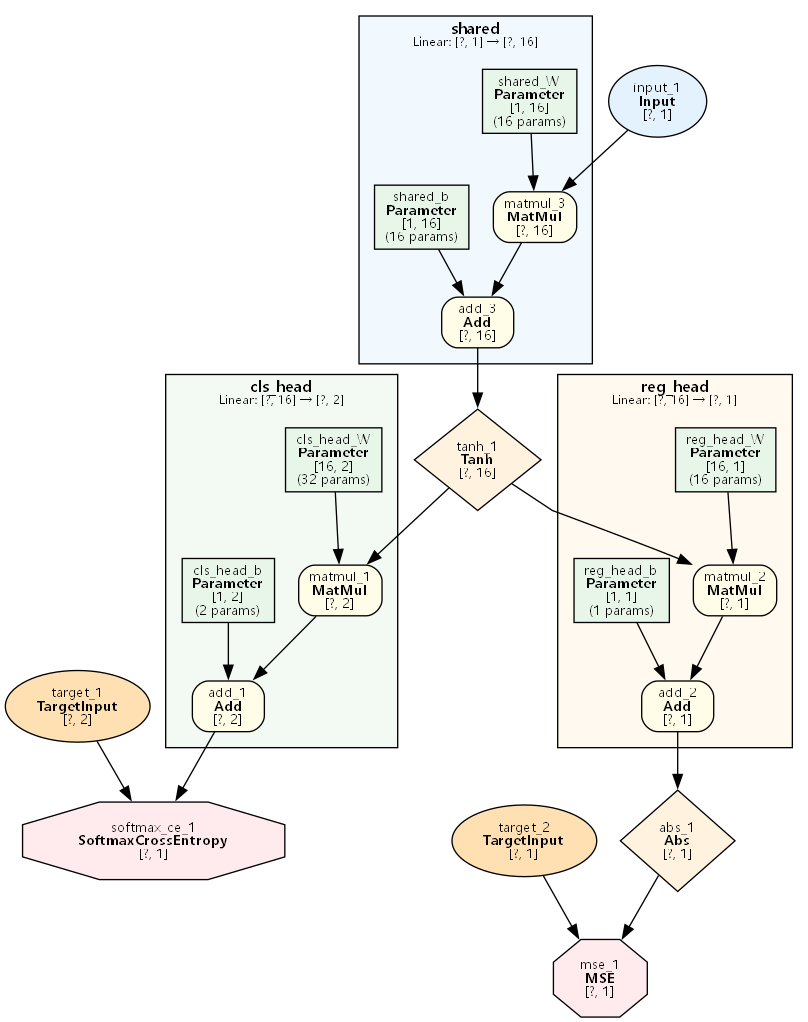
The Graphviz diagram examples/dual_output_classify/dual_output_classify.png in dbsxdbsx/only_torch, before a commit. Its source is kept beside it as examples/dual_output_classify/dual_output_classify.dot.
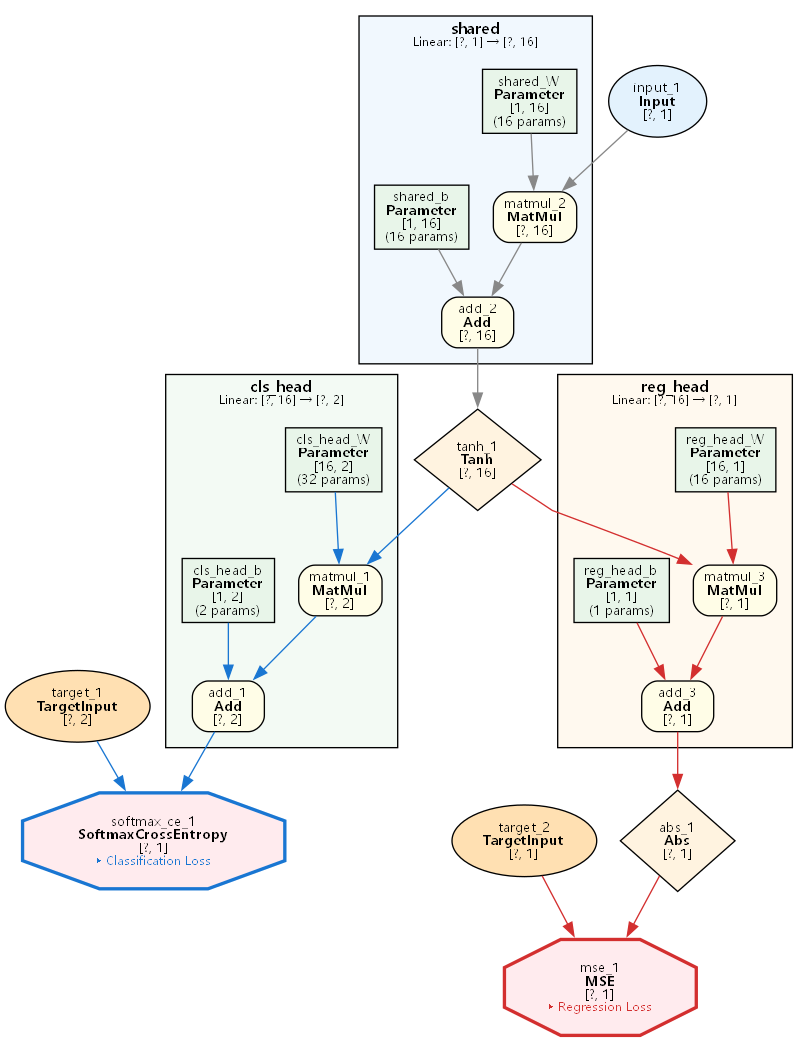
After the commit.

The edit, as a diff of the source:
```diff
@@ -12,10 +12,10 @@
         fontname="Microsoft YaHei,SimHei,Arial";
         fontsize=11;
         margin=12;
-            "14" [label=<add_3<BR/><B>Add</B><BR/>[?, 16]> shape=box style="filled,rounded" fillcolor="#FFFDE7" fontsize=10];
-            "16" [label=<matmul_3<BR/><B>MatMul</B><BR/>[?, 16]> shape=box style="filled,rounded" fillcolor="#FFFDE7" fontsize=10];
-            "17" [label=<shared_b<BR/><B>Parameter</B><BR/>[1, 16]<BR/>(16 params)> shape=box style=filled fillcolor="#E8F5E9" fontsize=10];
-            "19" [label=<shared_W<BR/><B>Parameter</B><BR/>[1, 16]<BR/>(16 params)> shape=box style=filled fillcolor="#E8F5E9" fontsize=10];
+            "8" [label=<add_2<BR/><B>Add</B><BR/>[?, 16]> shape=box style="filled,rounded" fillcolor="#FFFDE7" fontsize=10];
+            "9" [label=<matmul_2<BR/><B>MatMul</B><BR/>[?, 16]> shape=box style="filled,rounded" fillcolor="#FFFDE7" fontsize=10];
+            "10" [label=<shared_b<BR/><B>Parameter</B><BR/>[1, 16]<BR/>(16 params)> shape=box style=filled fillcolor="#E8F5E9" fontsize=10];
+            "12" [label=<shared_W<BR/><B>Parameter</B><BR/>[1, 16]<BR/>(16 params)> shape=box style=filled fillcolor="#E8F5E9" fontsize=10];
     }
 
     subgraph cluster_cls_head {
@@ -25,10 +25,10 @@
         fontname="Microsoft YaHei,SimHei,Arial";
         fontsize=11;
         margin=12;
-            "3" [label=<add_1<BR/><B>Add</B><BR/>[?, 2]> shape=box style="filled,rounded" fillcolor="#FFFDE7" fontsize=10];
-            "7" [label=<matmul_1<BR/><B>MatMul</B><BR/>[?, 2]> shape=box style="filled,rounded" fillcolor="#FFFDE7" fontsize=10];
-            "8" [label=<cls_head_b<BR/><B>Parameter</B><BR/>[1, 2]<BR/>(2 params)> shape=box style=filled fillcolor="#E8F5E9" fontsize=10];
-            "11" [label=<cls_head_W<BR/><B>Parameter</B><BR/>[16, 2]<BR/>(32 params)> shape=box style=filled fillcolor="#E8F5E9" fontsize=10];
+            "2" [label=<add_1<BR/><B>Add</B><BR/>[?, 2]> shape=box style="filled,rounded" fillcolor="#FFFDE7" fontsize=10];
+            "4" [label=<matmul_1<BR/><B>MatMul</B><BR/>[?, 2]> shape=box style="filled,rounded" fillcolor="#FFFDE7" fontsize=10];
+            "5" [label=<cls_head_b<BR/><B>Parameter</B><BR/>[1, 2]<BR/>(2 params)> shape=box style=filled fillcolor="#E8F5E9" fontsize=10];
+            "7" [label=<cls_head_W<BR/><B>Parameter</B><BR/>[16, 2]<BR/>(32 params)> shape=box style=filled fillcolor="#E8F5E9" fontsize=10];
     }
 
     subgraph cluster_reg_head {
@@ -38,36 +38,36 @@
         fontname="Microsoft YaHei,SimHei,Arial";
         fontsize=11;
         margin=12;
-            "9" [label=<add_2<BR/><B>Add</B><BR/>[?, 1]> shape=box style="filled,rounded" fillcolor="#FFFDE7" fontsize=10];
-            "12" [label=<matmul_2<BR/><B>MatMul</B><BR/>[?, 1]> shape=box style="filled,rounded" fillcolor="#FFFDE7" fontsize=10];
-            "13" [label=<reg_head_b<BR/><B>Parameter</B><BR/>[1, 1]<BR/>(1 params)> shape=box style=filled fillcolor="#E8F5E9" fontsize=10];
-            "15" [label=<reg_head_W<BR/><B>Parameter</B><BR/>[16, 1]<BR/>(16 params)> shape=box style=filled fillcolor="#E8F5E9" fontsize=10];
+            "16" [label=<add_3<BR/><B>Add</B><BR/>[?, 1]> shape=box style="filled,rounded" fillcolor="#FFFDE7" fontsize=10];
+            "17" [label=<matmul_3<BR/><B>MatMul</B><BR/>[?, 1]> shape=box style="filled,rounded" fillcolor="#FFFDE7" fontsize=10];
+            "18" [label=<reg_head_b<BR/><B>Parameter</B><BR/>[1, 1]<BR/>(1 params)> shape=box style=filled fillcolor="#E8F5E9" fontsize=10];
+            "19" [label=<reg_head_W<BR/><B>Parameter</B><BR/>[16, 1]<BR/>(16 params)> shape=box style=filled fillcolor="#E8F5E9" fontsize=10];
     }
 
-    "1" [label=<softmax_ce_1<BR/><B>SoftmaxCrossEntropy</B><BR/>[?, 1]> shape=octagon style=filled fillcolor="#FFEBEE" fontsize=10];
-    "2" [label=<mse_1<BR/><B>MSE</B><BR/>[?, 1]> shape=octagon style=filled fillcolor="#FFEBEE" fontsize=10];
-    "4" [label=<target_1<BR/><B>TargetInput</B><BR/>[?, 2]> shape=ellipse style=filled fillcolor="#FFE0B2" fontsize=10];
-    "5" [label=<abs_1<BR/><B>Abs</B><BR/>[?, 1]> shape=diamond style=filled fillcolor="#FFF3E0" fontsize=10];
-    "6" [label=<target_2<BR/><B>TargetInput</B><BR/>[?, 1]> shape=ellipse style=filled fillcolor="#FFE0B2" fontsize=10];
-    "10" [label=<tanh_1<BR/><B>Tanh</B><BR/>[?, 16]> shape=diamond style=filled fillcolor="#FFF3E0" fontsize=10];
-    "18" [label=<input_1<BR/><B>Input</B><BR/>[?, 1]> shape=ellipse style=filled fillcolor="#E3F2FD" fontsize=10];
+    "1" [label=<softmax_ce_1<BR/><B>SoftmaxCrossEntropy</B><BR/>[?, 1]<BR/><FONT COLOR="#1976D2" POINT-SIZE="9">▸ Classification Loss</FONT>> shape=octagon style=filled fillcolor="#FFEBEE" fontsize=10 penwidth=2.5 color="#1976D2"];
+    "3" [label=<target_1<BR/><B>TargetInput</B><BR/>[?, 2]> shape=ellipse style=filled fillcolor="#FFE0B2" fontsize=10];
+    "6" [label=<tanh_1<BR/><B>Tanh</B><BR/>[?, 16]> shape=diamond style=filled fillcolor="#FFF3E0" fontsize=10];
+    "11" [label=<input_1<BR/><B>Input</B><BR/>[?, 1]> shape=ellipse style=filled fillcolor="#E3F2FD" fontsize=10];
+    "13" [label=<mse_1<BR/><B>MSE</B><BR/>[?, 1]<BR/><FONT COLOR="#D32F2F" POINT-SIZE="9">▸ Regression Loss</FONT>> shape=octagon style=filled fillcolor="#FFEBEE" fontsize=10 penwidth=2.5 color="#D32F2F"];
+    "14" [label=<abs_1<BR/><B>Abs</B><BR/>[?, 1]> shape=diamond style=filled fillcolor="#FFF3E0" fontsize=10];
+    "15" [label=<target_2<BR/><B>TargetInput</B><BR/>[?, 1]> shape=ellipse style=filled fillcolor="#FFE0B2" fontsize=10];
 
-    "3" -> "1";
-    "4" -> "1";
-    "5" -> "2";
-    "6" -> "2";
-    "7" -> "3";
-    "8" -> "3";
-    "9" -> "5";
-    "10" -> "7";
-    "11" -> "7";
-    "12" -> "9";
-    "13" -> "9";
-    "14" -> "10";
-    "10" -> "12";
-    "15" -> "12";
-    "16" -> "14";
-    "17" -> "14";
-    "18" -> "16";
-    "19" -> "16";
+    "2" -> "1" [color="#1976D2"];
+    "3" -> "1" [color="#1976D2"];
+    "4" -> "2" [color="#1976D2"];
+    "5" -> "2" [color="#1976D2"];
+    "6" -> "4" [color="#1976D2"];
+    "7" -> "4" [color="#1976D2"];
+    "8" -> "6" [color="#888888"];
+    "9" -> "8" [color="#888888"];
+    "10" -> "8" [color="#888888"];
+    "11" -> "9" [color="#888888"];
+    "12" -> "9" [color="#888888"];
+    "14" -> "13" [color="#D32F2F"];
+    "15" -> "13" [color="#D32F2F"];
+    "16" -> "14" [color="#D32F2F"];
+    "17" -> "16" [color="#D32F2F"];
+    "18" -> "16" [color="#D32F2F"];
+    "6" -> "17" [color="#D32F2F"];
+    "19" -> "17" [color="#D32F2F"];
 }
```
